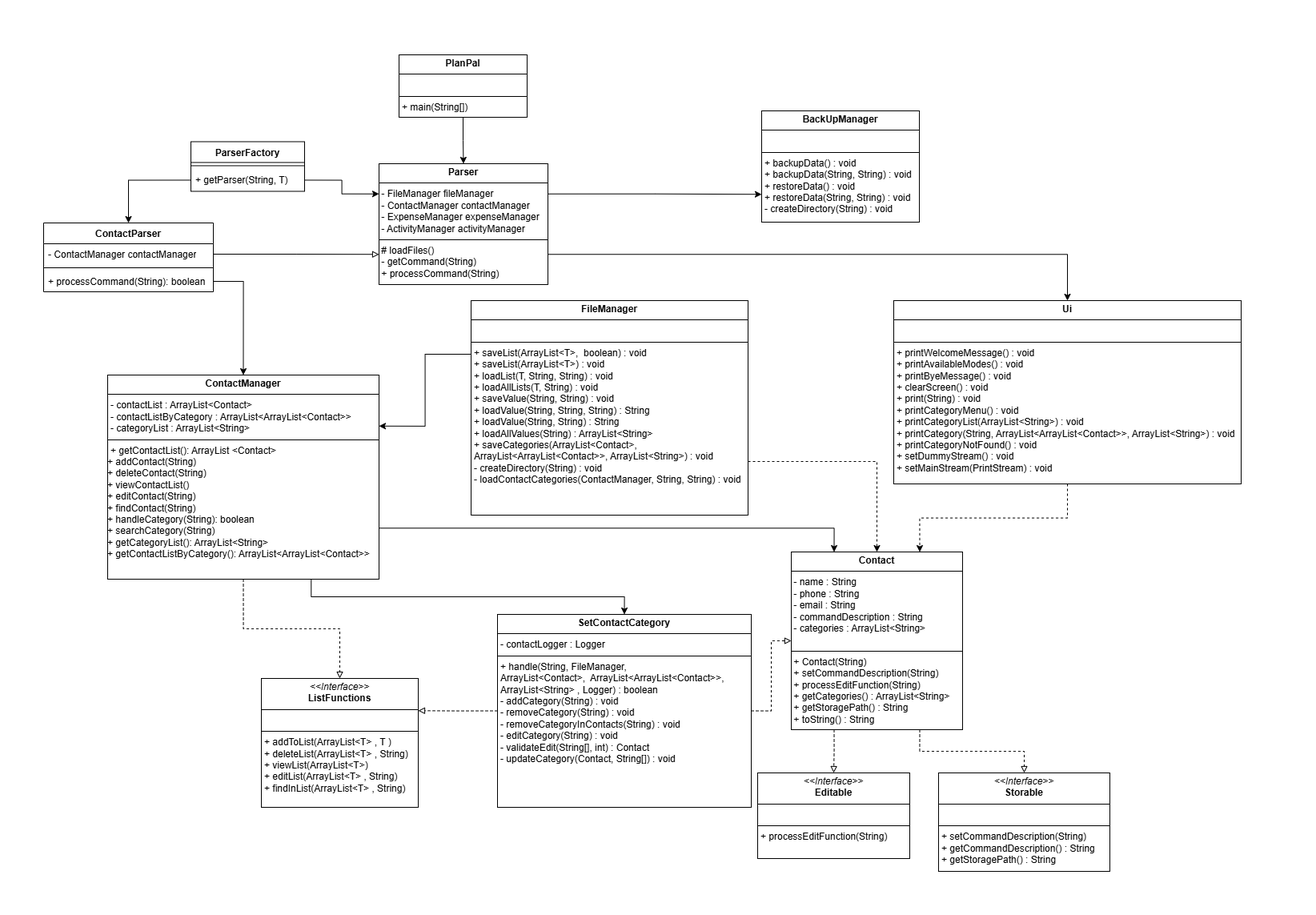
Earlier version of the draw.io export docs/Images(DG)/ContactClassDiagram.drawio.png (parasytezz/tp). Source tidied: cells renumbered, new cells last; positions are measured from the earlier drawing's top-left corner, leaving out a move shared by most shapes.
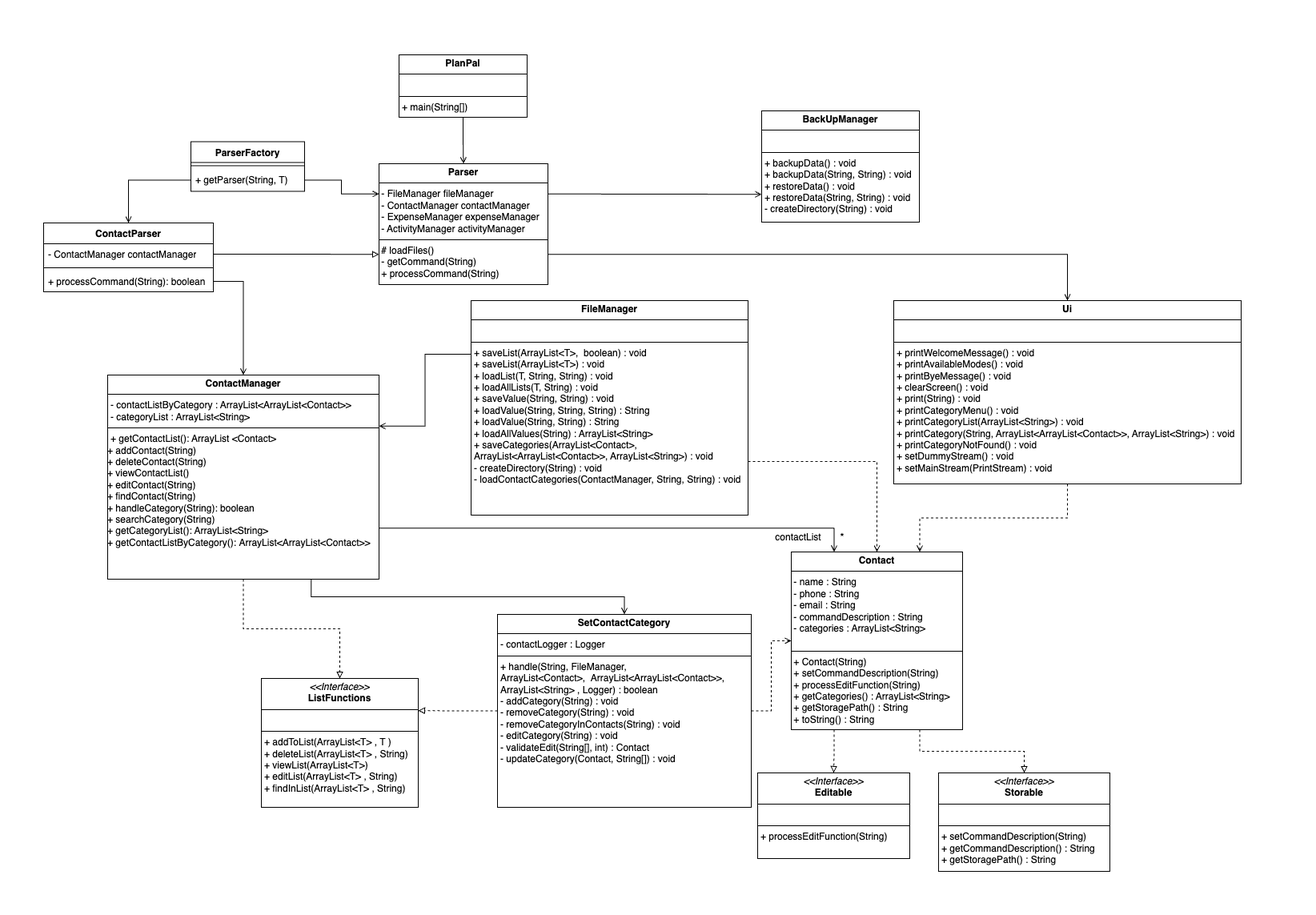
Above is the later version.

Commit message:
Edit class diagrams

Change to the diagram source:
```diff
@@ -47,52 +47,57 @@
     <mxCell id="16" value="&lt;p style=&quot;margin:0px;margin-top:4px;text-align:center;&quot;&gt;&lt;b&gt;BackUpManager&lt;/b&gt;&lt;/p&gt;&lt;hr size=&quot;1&quot; style=&quot;border-style:solid;&quot;&gt;&lt;p style=&quot;margin:0px;margin-left:4px;&quot;&gt;&lt;br&gt;&lt;/p&gt;&lt;hr size=&quot;1&quot; style=&quot;border-style:solid;&quot;&gt;&lt;p style=&quot;margin:0px;margin-left:4px;&quot;&gt;+ backupData() : void&lt;/p&gt;&lt;p style=&quot;margin:0px;margin-left:4px;&quot;&gt;+ backupData(String, String) : void&lt;/p&gt;&lt;p style=&quot;margin:0px;margin-left:4px;&quot;&gt;+ restoreData() : void&lt;/p&gt;&lt;p style=&quot;margin:0px;margin-left:4px;&quot;&gt;+ restoreData(String, String) : void&lt;/p&gt;&lt;p style=&quot;margin:0px;margin-left:4px;&quot;&gt;- createDirectory(String) : void&lt;/p&gt;" style="verticalAlign=top;align=left;overflow=fill;html=1;whiteSpace=wrap;" parent="1" vertex="1">
       <mxGeometry x="951" y="138" width="197" height="139" as="geometry" />
     </mxCell>
-    <mxCell id="17" style="edgeStyle=orthogonalEdgeStyle;rounded=0;jettySize=auto;html=1;exitX=0;exitY=0.25;exitDx=0;exitDy=0;entryX=1;entryY=0.25;entryDx=0;entryDy=0;" parent="1" edge="1" source="19" target="32">
+    <mxCell id="17" style="edgeStyle=orthogonalEdgeStyle;rounded=0;jettySize=auto;html=1;exitX=0;exitY=0.25;exitDx=0;exitDy=0;entryX=1;entryY=0.25;entryDx=0;entryDy=0;endArrow=open;endFill=0;" parent="1" edge="1" source="19" target="32">
       <mxGeometry relative="1" as="geometry" />
     </mxCell>
-    <mxCell id="18" style="edgeStyle=orthogonalEdgeStyle;rounded=0;jettySize=auto;html=1;exitX=1;exitY=0.75;exitDx=0;exitDy=0;entryX=0.5;entryY=0;entryDx=0;entryDy=0;dashed=1;" parent="1" edge="1" source="19" target="36">
+    <mxCell id="18" style="edgeStyle=orthogonalEdgeStyle;rounded=0;jettySize=auto;html=1;exitX=1;exitY=0.75;exitDx=0;exitDy=0;entryX=0.5;entryY=0;entryDx=0;entryDy=0;dashed=1;endArrow=open;endFill=0;" parent="1" edge="1" source="19" target="36">
       <mxGeometry relative="1" as="geometry" />
     </mxCell>
     <mxCell id="19" value="&lt;p style=&quot;margin:0px;margin-top:4px;text-align:center;&quot;&gt;&lt;b&gt;FileManager&lt;/b&gt;&lt;/p&gt;&lt;hr size=&quot;1&quot; style=&quot;border-style:solid;&quot;&gt;&lt;p style=&quot;margin:0px;margin-left:4px;&quot;&gt;&lt;br&gt;&lt;/p&gt;&lt;hr size=&quot;1&quot; style=&quot;border-style:solid;&quot;&gt;&lt;p style=&quot;margin:0px;margin-left:4px;&quot;&gt;+ saveList(ArrayList&amp;lt;T&amp;gt;,&amp;nbsp; boolean) : void&lt;/p&gt;&lt;p style=&quot;margin:0px;margin-left:4px;&quot;&gt;+ saveList(ArrayList&amp;lt;T&amp;gt;) : void&lt;/p&gt;&lt;p style=&quot;margin:0px;margin-left:4px;&quot;&gt;+ loadList(T, String, String) : void&lt;/p&gt;&lt;p style=&quot;margin:0px;margin-left:4px;&quot;&gt;+ loadAllLists(T, String) : void&lt;/p&gt;&lt;p style=&quot;margin:0px;margin-left:4px;&quot;&gt;+ saveValue(String, String) : void&lt;/p&gt;&lt;p style=&quot;margin:0px;margin-left:4px;&quot;&gt;+ loadValue(String, String, String) : String&lt;/p&gt;&lt;p style=&quot;margin:0px;margin-left:4px;&quot;&gt;+ loadValue(String, String) : String&lt;/p&gt;&lt;p style=&quot;margin:0px;margin-left:4px;&quot;&gt;+ loadAllValues(String) : ArrayList&amp;lt;String&amp;gt;&lt;/p&gt;&lt;p style=&quot;margin:0px;margin-left:4px;&quot;&gt;+ saveCategories(ArrayList&amp;lt;Contact&amp;gt;, ArrayList&amp;lt;ArrayList&amp;lt;Contact&amp;gt;&amp;gt;, ArrayList&amp;lt;String&amp;gt;) : void&lt;/p&gt;&lt;p style=&quot;margin:0px;margin-left:4px;&quot;&gt;- createDirectory(String) : void&lt;/p&gt;&lt;p style=&quot;margin:0px;margin-left:4px;&quot;&gt;- loadContactCategories(ContactManager, String, String) : void&lt;/p&gt;" style="verticalAlign=top;align=left;overflow=fill;html=1;whiteSpace=wrap;" parent="1" vertex="1">
       <mxGeometry x="588" y="375" width="346" height="268" as="geometry" />
     </mxCell>
-    <mxCell id="20" style="edgeStyle=orthogonalEdgeStyle;rounded=0;jettySize=auto;html=1;exitX=0.5;exitY=1;exitDx=0;exitDy=0;entryX=0.5;entryY=0;entryDx=0;entryDy=0;" parent="1" edge="1" source="21" target="28">
+    <mxCell id="20" style="edgeStyle=orthogonalEdgeStyle;rounded=0;jettySize=auto;html=1;exitX=0.5;exitY=1;exitDx=0;exitDy=0;entryX=0.5;entryY=0;entryDx=0;entryDy=0;endArrow=open;endFill=0;" parent="1" edge="1" source="21" target="28">
       <mxGeometry relative="1" as="geometry" />
     </mxCell>
     <mxCell id="21" value="&lt;p style=&quot;margin:0px;margin-top:4px;text-align:center;&quot;&gt;&lt;b&gt;PlanPal&lt;/b&gt;&lt;/p&gt;&lt;hr size=&quot;1&quot; style=&quot;border-style:solid;&quot;&gt;&lt;p style=&quot;margin:0px;margin-left:4px;&quot;&gt;&lt;br&gt;&lt;/p&gt;&lt;hr size=&quot;1&quot; style=&quot;border-style:solid;&quot;&gt;&lt;p style=&quot;margin:0px;margin-left:4px;&quot;&gt;+ main(String[])&lt;/p&gt;" style="verticalAlign=top;align=left;overflow=fill;html=1;whiteSpace=wrap;" parent="1" vertex="1">
       <mxGeometry x="498" y="68" width="160" height="78" as="geometry" />
     </mxCell>
-    <mxCell id="22" style="edgeStyle=orthogonalEdgeStyle;rounded=0;jettySize=auto;html=1;exitX=1;exitY=0.25;exitDx=0;exitDy=0;entryX=0;entryY=0.75;entryDx=0;entryDy=0;" parent="1" edge="1" source="28" target="16">
+    <mxCell id="22" style="edgeStyle=orthogonalEdgeStyle;rounded=0;jettySize=auto;html=1;exitX=1;exitY=0.25;exitDx=0;exitDy=0;entryX=0;entryY=0.75;entryDx=0;entryDy=0;endArrow=open;endFill=0;" parent="1" edge="1" source="28" target="16">
       <mxGeometry relative="1" as="geometry" />
     </mxCell>
-    <mxCell id="23" style="edgeStyle=orthogonalEdgeStyle;rounded=0;jettySize=auto;html=1;exitX=1;exitY=0.5;exitDx=0;exitDy=0;entryX=0;entryY=0.25;entryDx=0;entryDy=0;" parent="1" edge="1" source="9" target="28">
-      <mxGeometry relative="1" as="geometry" />
+    <mxCell id="23" style="edgeStyle=orthogonalEdgeStyle;rounded=0;jettySize=auto;html=1;exitX=1;exitY=0.5;exitDx=0;exitDy=0;entryX=0;entryY=0.25;entryDx=0;entryDy=0;endArrow=open;endFill=0;" parent="1" edge="1" source="9" target="28">
+      <mxGeometry relative="1" as="geometry">
+        <Array as="points">
+          <mxPoint x="426" y="225" />
+          <mxPoint x="426" y="242" />
+        </Array>
+      </mxGeometry>
     </mxCell>
-    <mxCell id="24" style="edgeStyle=orthogonalEdgeStyle;rounded=0;jettySize=auto;html=1;exitX=0;exitY=0.5;exitDx=0;exitDy=0;" parent="1" edge="1" source="9" target="3">
+    <mxCell id="24" style="edgeStyle=orthogonalEdgeStyle;rounded=0;jettySize=auto;html=1;exitX=0;exitY=0.5;exitDx=0;exitDy=0;endArrow=open;endFill=0;" parent="1" edge="1" source="9" target="3">
       <mxGeometry relative="1" as="geometry" />
     </mxCell>
     <mxCell id="25" style="edgeStyle=orthogonalEdgeStyle;rounded=0;jettySize=auto;html=1;exitX=1;exitY=0.5;exitDx=0;exitDy=0;entryX=0;entryY=0.75;entryDx=0;entryDy=0;endArrow=block;endFill=0;" parent="1" edge="1" source="4" target="28">
       <mxGeometry relative="1" as="geometry" />
     </mxCell>
-    <mxCell id="26" style="edgeStyle=orthogonalEdgeStyle;rounded=0;jettySize=auto;html=1;exitX=1;exitY=0.5;exitDx=0;exitDy=0;entryX=0.5;entryY=0;entryDx=0;entryDy=0;" parent="1" edge="1" source="6" target="32">
+    <mxCell id="26" style="edgeStyle=orthogonalEdgeStyle;rounded=0;jettySize=auto;html=1;exitX=1;exitY=0.5;exitDx=0;exitDy=0;entryX=0.5;entryY=0;entryDx=0;entryDy=0;endArrow=open;endFill=0;" parent="1" edge="1" source="6" target="32">
       <mxGeometry relative="1" as="geometry" />
     </mxCell>
-    <mxCell id="27" style="edgeStyle=orthogonalEdgeStyle;rounded=0;jettySize=auto;html=1;exitX=1;exitY=0.75;exitDx=0;exitDy=0;entryX=0.5;entryY=0;entryDx=0;entryDy=0;" parent="1" edge="1" source="28" target="15">
+    <mxCell id="27" style="edgeStyle=orthogonalEdgeStyle;rounded=0;jettySize=auto;html=1;exitX=1;exitY=0.75;exitDx=0;exitDy=0;entryX=0.5;entryY=0;entryDx=0;entryDy=0;endArrow=open;endFill=0;" parent="1" edge="1" source="28" target="15">
       <mxGeometry relative="1" as="geometry" />
     </mxCell>
     <mxCell id="28" value="&lt;p style=&quot;margin:0px;margin-top:4px;text-align:center;&quot;&gt;&lt;b&gt;Parser&lt;/b&gt;&lt;/p&gt;&lt;hr size=&quot;1&quot; style=&quot;border-style:solid;&quot;&gt;&lt;div&gt;&amp;nbsp;- FileManager fileManager&lt;/div&gt;&lt;div&gt;&amp;nbsp;- ContactManager contactManager&lt;/div&gt;&lt;div&gt;&amp;nbsp;- ExpenseManager expenseManager&lt;/div&gt;&lt;div&gt;&amp;nbsp;- ActivityManager activityManager&lt;/div&gt;&lt;hr size=&quot;1&quot; style=&quot;border-style:solid;&quot;&gt;&lt;div&gt;&amp;nbsp;# loadFiles()&lt;/div&gt;&lt;div&gt;&lt;span style=&quot;background-color: initial;&quot;&gt;&amp;nbsp;- getCommand(String)&lt;/span&gt;&lt;/div&gt;&lt;div&gt;&lt;span style=&quot;background-color: initial;&quot;&gt;&amp;nbsp;+ processCommand(String)&lt;/span&gt;&lt;/div&gt;" style="verticalAlign=top;align=left;overflow=fill;html=1;whiteSpace=wrap;" parent="1" vertex="1">
       <mxGeometry x="473" y="204" width="211" height="151" as="geometry" />
     </mxCell>
-    <mxCell id="29" style="edgeStyle=orthogonalEdgeStyle;rounded=0;jettySize=auto;html=1;exitX=0.75;exitY=1;exitDx=0;exitDy=0;entryX=0.5;entryY=0;entryDx=0;entryDy=0;" parent="1" edge="1" source="32" target="14">
+    <mxCell id="29" style="edgeStyle=orthogonalEdgeStyle;rounded=0;jettySize=auto;html=1;exitX=0.75;exitY=1;exitDx=0;exitDy=0;entryX=0.5;entryY=0;entryDx=0;entryDy=0;endArrow=open;endFill=0;" parent="1" edge="1" source="32" target="14">
       <mxGeometry relative="1" as="geometry" />
     </mxCell>
     <mxCell id="30" style="edgeStyle=orthogonalEdgeStyle;rounded=0;jettySize=auto;html=1;exitX=0.5;exitY=1;exitDx=0;exitDy=0;dashed=1;endArrow=block;endFill=0;" parent="1" edge="1" source="32" target="10">
       <mxGeometry relative="1" as="geometry" />
     </mxCell>
-    <mxCell id="31" style="edgeStyle=orthogonalEdgeStyle;rounded=0;jettySize=auto;html=1;exitX=1;exitY=0.75;exitDx=0;exitDy=0;entryX=0.25;entryY=0;entryDx=0;entryDy=0;" parent="1" edge="1" source="32" target="36">
+    <mxCell id="31" style="edgeStyle=orthogonalEdgeStyle;rounded=0;jettySize=auto;html=1;exitX=1;exitY=0.75;exitDx=0;exitDy=0;entryX=0.25;entryY=0;entryDx=0;entryDy=0;endArrow=open;endFill=0;" parent="1" edge="1" source="32" target="36">
       <mxGeometry relative="1" as="geometry" />
     </mxCell>
-    <mxCell id="32" value="&lt;p style=&quot;margin:0px;margin-top:4px;text-align:center;&quot;&gt;&lt;b&gt;ContactManager&lt;/b&gt;&lt;/p&gt;&lt;hr size=&quot;1&quot; style=&quot;border-style:solid;&quot;&gt;&lt;p style=&quot;margin: 0px 0px 0px 4px;&quot;&gt;- contactList : ArrayList&amp;lt;Contact&amp;gt;&lt;/p&gt;&lt;p style=&quot;margin: 0px 0px 0px 4px;&quot;&gt;- contactListByCategory : ArrayList&amp;lt;ArrayList&amp;lt;Contact&amp;gt;&amp;gt;&lt;/p&gt;&lt;p style=&quot;margin: 0px 0px 0px 4px;&quot;&gt;- categoryList : ArrayList&amp;lt;String&amp;gt;&lt;/p&gt;&lt;hr size=&quot;1&quot; style=&quot;border-style:solid;&quot;&gt;&lt;p style=&quot;margin:0px;margin-left:4px;&quot;&gt;+ getContactList(): ArrayList &amp;lt;Contact&amp;gt;&lt;/p&gt;&lt;div&gt;+ addContact(String)&lt;/div&gt;&lt;div&gt;+ deleteContact(String)&lt;/div&gt;&lt;div&gt;+ viewContactList()&lt;/div&gt;&lt;div&gt;+ editContact(String)&lt;/div&gt;&lt;div&gt;+ findContact(String)&lt;/div&gt;&lt;div&gt;+ handleCategory(String): boolean&lt;/div&gt;&lt;div&gt;+ searchCategory(String)&lt;/div&gt;&lt;div&gt;+ getCategoryList(): ArrayList&amp;lt;String&amp;gt;&lt;/div&gt;&lt;div&gt;+ getContactListByCategory():&amp;nbsp;&lt;span style=&quot;background-color: initial;&quot;&gt;ArrayList&amp;lt;ArrayList&amp;lt;Contact&amp;gt;&amp;gt;&lt;/span&gt;&lt;/div&gt;" style="verticalAlign=top;align=left;overflow=fill;html=1;whiteSpace=wrap;" parent="1" vertex="1">
+    <mxCell id="32" value="&lt;p style=&quot;margin:0px;margin-top:4px;text-align:center;&quot;&gt;&lt;b&gt;ContactManager&lt;/b&gt;&lt;/p&gt;&lt;hr size=&quot;1&quot; style=&quot;border-style:solid;&quot;&gt;&lt;p style=&quot;margin: 0px 0px 0px 4px;&quot;&gt;&lt;span style=&quot;background-color: initial;&quot;&gt;- contactListByCategory : ArrayList&amp;lt;ArrayList&amp;lt;Contact&amp;gt;&amp;gt;&lt;/span&gt;&lt;br&gt;&lt;/p&gt;&lt;p style=&quot;margin: 0px 0px 0px 4px;&quot;&gt;- categoryList : ArrayList&amp;lt;String&amp;gt;&lt;/p&gt;&lt;hr size=&quot;1&quot; style=&quot;border-style:solid;&quot;&gt;&lt;p style=&quot;margin:0px;margin-left:4px;&quot;&gt;+ getContactList(): ArrayList &amp;lt;Contact&amp;gt;&lt;/p&gt;&lt;div&gt;+ addContact(String)&lt;/div&gt;&lt;div&gt;+ deleteContact(String)&lt;/div&gt;&lt;div&gt;+ viewContactList()&lt;/div&gt;&lt;div&gt;+ editContact(String)&lt;/div&gt;&lt;div&gt;+ findContact(String)&lt;/div&gt;&lt;div&gt;+ handleCategory(String): boolean&lt;/div&gt;&lt;div&gt;+ searchCategory(String)&lt;/div&gt;&lt;div&gt;+ getCategoryList(): ArrayList&amp;lt;String&amp;gt;&lt;/div&gt;&lt;div&gt;+ getContactListByCategory():&amp;nbsp;&lt;span style=&quot;background-color: initial;&quot;&gt;ArrayList&amp;lt;ArrayList&amp;lt;Contact&amp;gt;&amp;gt;&lt;/span&gt;&lt;/div&gt;" style="verticalAlign=top;align=left;overflow=fill;html=1;whiteSpace=wrap;" parent="1" vertex="1">
       <mxGeometry x="134" y="468" width="339" height="255" as="geometry" />
     </mxCell>
     <mxCell id="33" style="edgeStyle=orthogonalEdgeStyle;rounded=0;jettySize=auto;html=1;exitX=0.25;exitY=1;exitDx=0;exitDy=0;entryX=0.5;entryY=0;entryDx=0;entryDy=0;endArrow=block;endFill=0;dashed=1;" parent="1" edge="1" source="36" target="12">
@@ -101,14 +106,20 @@
     <mxCell id="34" style="edgeStyle=orthogonalEdgeStyle;rounded=0;jettySize=auto;html=1;exitX=0.75;exitY=1;exitDx=0;exitDy=0;entryX=0.5;entryY=0;entryDx=0;entryDy=0;endArrow=block;endFill=0;dashed=1;" parent="1" edge="1" source="36" target="11">
       <mxGeometry relative="1" as="geometry" />
     </mxCell>
-    <mxCell id="35" style="edgeStyle=orthogonalEdgeStyle;rounded=0;jettySize=auto;html=1;exitX=0.5;exitY=1;exitDx=0;exitDy=0;entryX=0.75;entryY=0;entryDx=0;entryDy=0;dashed=1;" parent="1" edge="1" source="15" target="36">
+    <mxCell id="35" style="edgeStyle=orthogonalEdgeStyle;rounded=0;jettySize=auto;html=1;exitX=0.5;exitY=1;exitDx=0;exitDy=0;entryX=0.75;entryY=0;entryDx=0;entryDy=0;dashed=1;endArrow=open;endFill=0;" parent="1" edge="1" source="15" target="36">
       <mxGeometry relative="1" as="geometry" />
     </mxCell>
     <mxCell id="36" value="&lt;p style=&quot;margin:0px;margin-top:4px;text-align:center;&quot;&gt;&lt;b&gt;Contact&lt;/b&gt;&lt;/p&gt;&lt;hr size=&quot;1&quot; style=&quot;border-style:solid;&quot;&gt;&lt;div&gt;&amp;nbsp;- name : String&lt;/div&gt;&lt;div&gt;&amp;nbsp;- phone : String&lt;/div&gt;&lt;div&gt;&amp;nbsp;- email : String&lt;/div&gt;&lt;div&gt;&lt;span style=&quot;background-color: initial;&quot;&gt;&amp;nbsp;- commandDescription : String&lt;/span&gt;&lt;/div&gt;&lt;div&gt;&lt;span style=&quot;background-color: initial;&quot;&gt;&amp;nbsp;- categories : ArrayList&amp;lt;String&amp;gt;&lt;/span&gt;&lt;/div&gt;&lt;div&gt;&lt;br&gt;&lt;/div&gt;&lt;hr size=&quot;1&quot; style=&quot;border-style:solid;&quot;&gt;&lt;div&gt;&amp;nbsp;+ Contact(String)&lt;span style=&quot;background-color: initial;&quot;&gt;&amp;nbsp; &amp;nbsp;&amp;nbsp;&lt;/span&gt;&lt;/div&gt;&lt;div&gt;&lt;span style=&quot;background-color: initial;&quot;&gt;&amp;nbsp;+ setCommandDescription(String)&lt;/span&gt;&lt;/div&gt;&lt;div&gt;&lt;span style=&quot;background-color: initial;&quot;&gt;&amp;nbsp;+ processEditFunction(String)&lt;/span&gt;&lt;/div&gt;&lt;div&gt;&amp;nbsp;+ getCategories() : ArrayList&amp;lt;String&amp;gt;&lt;/div&gt;&lt;div&gt;&amp;nbsp;+ getStoragePath() : String&lt;/div&gt;&lt;div&gt;&amp;nbsp;+ toString() : String&lt;/div&gt;" style="verticalAlign=top;align=left;overflow=fill;html=1;whiteSpace=wrap;" parent="1" vertex="1">
       <mxGeometry x="988" y="689" width="214" height="222" as="geometry" />
     </mxCell>
-    <mxCell id="37" style="edgeStyle=orthogonalEdgeStyle;rounded=0;jettySize=auto;html=1;exitX=1;exitY=0.5;exitDx=0;exitDy=0;entryX=0;entryY=0.5;entryDx=0;entryDy=0;endArrow=block;endFill=0;dashed=1;" parent="1" edge="1" source="14" target="36">
+    <mxCell id="37" style="edgeStyle=orthogonalEdgeStyle;rounded=0;jettySize=auto;html=1;exitX=1;exitY=0.5;exitDx=0;exitDy=0;entryX=0;entryY=0.5;entryDx=0;entryDy=0;endArrow=open;endFill=0;dashed=1;" parent="1" edge="1" source="14" target="36">
       <mxGeometry relative="1" as="geometry" />
     </mxCell>
+    <mxCell id="38" value="&lt;span style=&quot;text-align: left;&quot;&gt;contactList&lt;/span&gt;" style="text;html=1;align=center;verticalAlign=middle;whiteSpace=wrap;rounded=0;" parent="1" vertex="1">
+      <mxGeometry x="919" y="656" width="156" height="30" as="geometry" />
+    </mxCell>
+    <mxCell id="39" value="&lt;div style=&quot;text-align: left;&quot;&gt;&lt;span style=&quot;background-color: initial;&quot;&gt;&lt;font style=&quot;font-size: 14px;&quot;&gt;*&lt;/font&gt;&lt;/span&gt;&lt;/div&gt;" style="text;html=1;align=center;verticalAlign=middle;whiteSpace=wrap;rounded=0;" parent="1" vertex="1">
+      <mxGeometry x="974" y="656" width="156" height="30" as="geometry" />
+    </mxCell>
   </root>
 </mxGraphModel>
```
